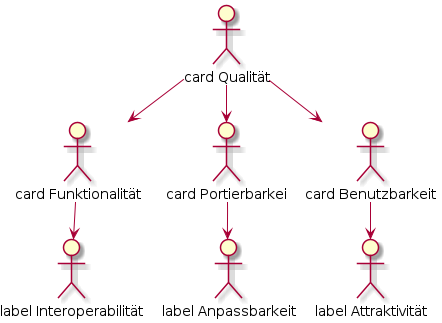
Earlier version of the PlantUML export build/html5/images/plantUMLqualitytree.png (rocko/ost_sisidm_2021_apollo).
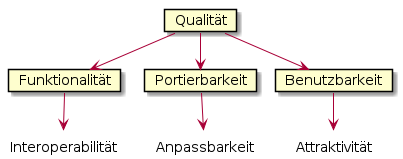
Above is the later version.

Diff of the diagram source:
```diff
@@ -1,14 +1,15 @@
 @startuml
 !pragma graphviz_dot smetana
 left to right direction
-skinparam roundCorner 15
-:card Qualität: as q
-:card Funktionalität: as f
-:card Portierbarkei: as p
-:card Benutzbarkeit: as b
-:label Interoperabilität: as I
-:label Attraktivität: as A
-:label Anpassbarkeit: as AN
+
+card Qualität as q
+card Funktionalität as f
+card Portierbarkeit as p
+card Benutzbarkeit as b
+label Interoperabilität as I
+label Attraktivität as A
+label Anpassbarkeit as AN
+
 q --> f
 q --> p
 q --> b
```
